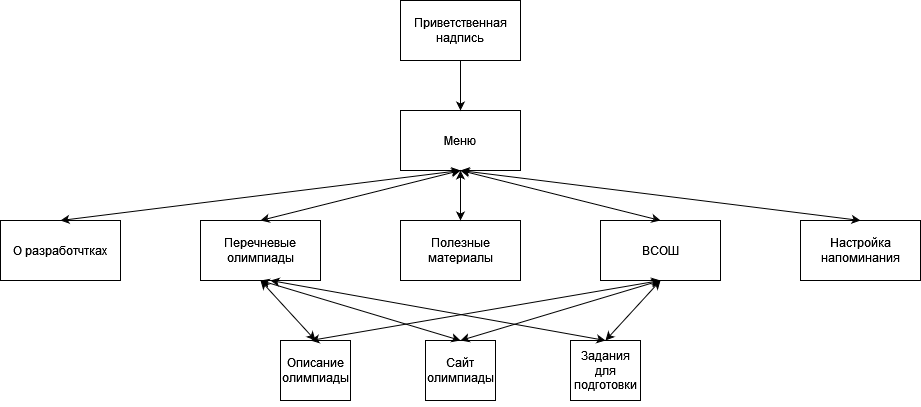
The draw.io diagram docs/up.png in arekalov/olympobot, before a commit. Source tidied: cells renumbered, new cells last; positions are measured from the earlier drawing's top-left corner, leaving out a move shared by most shapes.
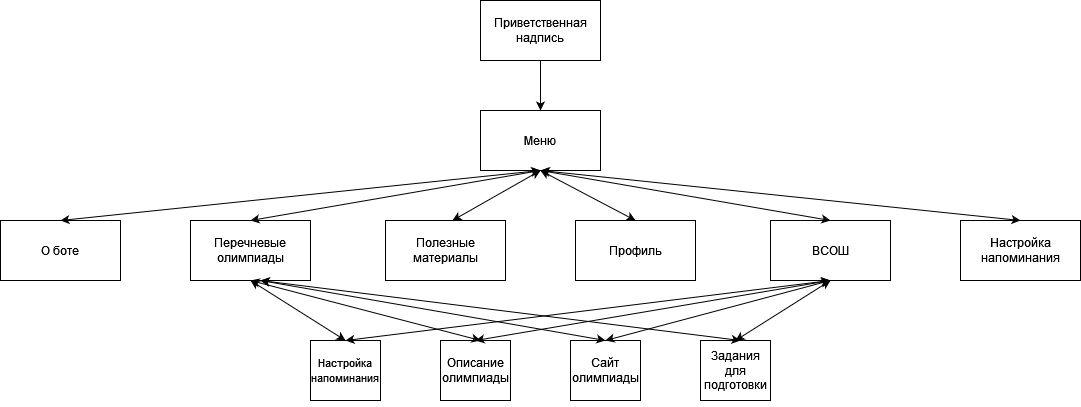
The same file after the commit.

The edit, as a diff of the source:
```diff
@@ -3,19 +3,19 @@
     <mxCell id="0" />
     <mxCell id="1" parent="0" />
     <mxCell id="2" value="Полезные материалы" style="rounded=0;whiteSpace=wrap;html=1;" parent="1" vertex="1">
-      <mxGeometry x="400" y="220" width="120" height="60" as="geometry" />
+      <mxGeometry x="305" y="220" width="120" height="60" as="geometry" />
     </mxCell>
     <mxCell id="3" value="Меню" style="rounded=0;whiteSpace=wrap;html=1;" parent="1" vertex="1">
       <mxGeometry x="400" y="110" width="120" height="60" as="geometry" />
     </mxCell>
     <mxCell id="4" value="ВСОШ" style="rounded=0;whiteSpace=wrap;html=1;" parent="1" vertex="1">
-      <mxGeometry x="600" y="220" width="120" height="60" as="geometry" />
+      <mxGeometry x="690" y="220" width="120" height="60" as="geometry" />
     </mxCell>
     <mxCell id="5" value="Настройка напоминания" style="rounded=0;whiteSpace=wrap;html=1;" parent="1" vertex="1">
-      <mxGeometry x="800" y="220" width="120" height="60" as="geometry" />
+      <mxGeometry x="880" y="220" width="120" height="60" as="geometry" />
     </mxCell>
     <mxCell id="6" value="Перечневые олимпиады" style="rounded=0;whiteSpace=wrap;html=1;" parent="1" vertex="1">
-      <mxGeometry x="200" y="220" width="120" height="60" as="geometry" />
+      <mxGeometry x="110" y="220" width="120" height="60" as="geometry" />
     </mxCell>
     <mxCell id="7" style="edgeStyle=orthogonalEdgeStyle;rounded=0;jettySize=auto;html=1;exitX=0.5;exitY=1;exitDx=0;exitDy=0;" parent="1" edge="1" source="8" target="3">
       <mxGeometry relative="1" as="geometry" />
@@ -24,16 +24,16 @@
       <mxGeometry x="400" width="120" height="60" as="geometry" />
     </mxCell>
     <mxCell id="9" value="Сайт олимпиады" style="rounded=0;whiteSpace=wrap;html=1;" parent="1" vertex="1">
-      <mxGeometry x="425" y="340" width="70" height="60" as="geometry" />
+      <mxGeometry x="490" y="340" width="70" height="60" as="geometry" />
     </mxCell>
     <mxCell id="10" value="&lt;br&gt;&lt;div&gt;Задания для подготовки&lt;/div&gt;&lt;div&gt;&lt;br&gt;&lt;/div&gt;" style="rounded=0;whiteSpace=wrap;html=1;" parent="1" vertex="1">
-      <mxGeometry x="570" y="340" width="70" height="60" as="geometry" />
+      <mxGeometry x="620" y="340" width="70" height="60" as="geometry" />
     </mxCell>
     <mxCell id="11" value="Описание олимпиады" style="rounded=0;whiteSpace=wrap;html=1;" parent="1" vertex="1">
-      <mxGeometry x="280" y="340" width="70" height="60" as="geometry" />
+      <mxGeometry x="360" y="340" width="70" height="60" as="geometry" />
     </mxCell>
-    <mxCell id="12" value="О разработчтках" style="rounded=0;whiteSpace=wrap;html=1;" parent="1" vertex="1">
-      <mxGeometry y="220" width="120" height="60" as="geometry" />
+    <mxCell id="12" value="О боте" style="rounded=0;whiteSpace=wrap;html=1;" parent="1" vertex="1">
+      <mxGeometry x="-80" y="220" width="120" height="60" as="geometry" />
     </mxCell>
     <mxCell id="13" style="endArrow=classic;startArrow=classic;html=1;rounded=0;exitX=0.5;exitY=0;exitDx=0;exitDy=0;entryX=0.5;entryY=1;entryDx=0;entryDy=0;" parent="1" edge="1" source="12" target="3">
       <mxGeometry relative="1" as="geometry" />
@@ -41,15 +41,6 @@
     <mxCell id="14" style="endArrow=classic;startArrow=classic;html=1;rounded=0;exitX=0.5;exitY=0;exitDx=0;exitDy=0;entryX=0.5;entryY=1;entryDx=0;entryDy=0;" parent="1" edge="1" source="6" target="3">
       <mxGeometry relative="1" as="geometry" />
     </mxCell>
-    <mxCell id="15" style="endArrow=classic;startArrow=classic;html=1;rounded=0;" parent="1" edge="1">
-      <mxGeometry relative="1" as="geometry">
-        <mxPoint x="460" y="220" as="sourcePoint" />
-        <mxPoint x="460" y="170" as="targetPoint" />
-        <Array as="points">
-          <mxPoint x="460" y="200" />
-        </Array>
-      </mxGeometry>
-    </mxCell>
     <mxCell id="16" style="endArrow=classic;startArrow=classic;html=1;rounded=0;entryX=0.5;entryY=1;entryDx=0;entryDy=0;exitX=0.5;exitY=0;exitDx=0;exitDy=0;" parent="1" edge="1" source="4" target="3">
       <mxGeometry relative="1" as="geometry" />
     </mxCell>
@@ -58,31 +49,55 @@
         <mxPoint x="460" y="170" as="sourcePoint" />
       </mxGeometry>
     </mxCell>
-    <mxCell id="18" style="endArrow=classic;startArrow=classic;html=1;rounded=0;entryX=0.5;entryY=1;entryDx=0;entryDy=0;exitX=0.5;exitY=0;exitDx=0;exitDy=0;" parent="1" edge="1" source="11" target="6">
-      <mxGeometry relative="1" as="geometry" />
-    </mxCell>
-    <mxCell id="19" style="endArrow=classic;startArrow=classic;html=1;rounded=0;exitX=0.5;exitY=0;exitDx=0;exitDy=0;" parent="1" edge="1" source="9">
-      <mxGeometry relative="1" as="geometry">
-        <mxPoint x="260" y="280" as="targetPoint" />
-      </mxGeometry>
-    </mxCell>
-    <mxCell id="20" style="endArrow=classic;startArrow=classic;html=1;rounded=0;exitX=0.5;exitY=0;exitDx=0;exitDy=0;" parent="1" edge="1" source="10">
-      <mxGeometry relative="1" as="geometry">
-        <mxPoint x="270" y="280" as="targetPoint" />
-      </mxGeometry>
-    </mxCell>
     <mxCell id="21" style="endArrow=classic;startArrow=classic;html=1;rounded=0;entryX=0.5;entryY=1;entryDx=0;entryDy=0;exitX=0.5;exitY=0;exitDx=0;exitDy=0;" parent="1" edge="1" source="10" target="4">
       <mxGeometry relative="1" as="geometry" />
     </mxCell>
-    <mxCell id="22" style="endArrow=classic;startArrow=classic;html=1;rounded=0;entryX=0.5;entryY=1;entryDx=0;entryDy=0;" parent="1" edge="1" target="4">
-      <mxGeometry relative="1" as="geometry">
-        <mxPoint x="460" y="340" as="sourcePoint" />
-      </mxGeometry>
+    <mxCell id="22" style="endArrow=classic;startArrow=classic;html=1;rounded=0;entryX=0.5;entryY=1;entryDx=0;entryDy=0;exitX=0.5;exitY=0;exitDx=0;exitDy=0;" parent="1" edge="1" source="9" target="4">
+      <mxGeometry relative="1" as="geometry" />
     </mxCell>
-    <mxCell id="23" style="endArrow=classic;startArrow=classic;html=1;rounded=0;entryX=0.5;entryY=1;entryDx=0;entryDy=0;" parent="1" edge="1" target="4">
-      <mxGeometry relative="1" as="geometry">
-        <mxPoint x="310" y="340" as="sourcePoint" />
-      </mxGeometry>
+    <mxCell id="23" style="endArrow=classic;startArrow=classic;html=1;rounded=0;entryX=0.5;entryY=1;entryDx=0;entryDy=0;exitX=0.5;exitY=0;exitDx=0;exitDy=0;" parent="1" edge="1" source="11" target="4">
+      <mxGeometry relative="1" as="geometry" />
     </mxCell>
+    <mxCell id="24" value="Профиль" style="rounded=0;whiteSpace=wrap;html=1;" parent="1" vertex="1">
+      <mxGeometry x="495" y="220" width="120" height="60" as="geometry" />
+    </mxCell>
+    <mxCell id="25" value="&lt;font style=&quot;font-size: 11px&quot;&gt;Настройка напоминания&lt;/font&gt;" style="rounded=0;whiteSpace=wrap;html=1;" parent="1" vertex="1">
+      <mxGeometry x="230" y="340" width="70" height="60" as="geometry" />
+    </mxCell>
+    <mxCell id="26" style="endArrow=classic;startArrow=classic;html=1;rounded=0;exitX=0.5;exitY=0;exitDx=0;exitDy=0;" parent="1" edge="1" source="25">
+      <mxGeometry relative="1" as="geometry">
+        <mxPoint x="750" y="280" as="targetPoint" />
+      </mxGeometry>
+    </mxCell>
+    <mxCell id="27" style="endArrow=classic;startArrow=classic;html=1;rounded=0;fontSize=11;" parent="1" edge="1">
+      <mxGeometry relative="1" as="geometry">
+        <mxPoint x="400" y="340" as="sourcePoint" />
+        <mxPoint x="170" y="280" as="targetPoint" />
+      </mxGeometry>
+    </mxCell>
+    <mxCell id="28" style="endArrow=classic;startArrow=classic;html=1;rounded=0;fontSize=11;exitX=0.5;exitY=0;exitDx=0;exitDy=0;" parent="1" edge="1" source="9">
+      <mxGeometry relative="1" as="geometry">
+        <mxPoint x="180" y="280" as="targetPoint" />
+      </mxGeometry>
+    </mxCell>
+    <mxCell id="29" style="endArrow=classic;startArrow=classic;html=1;rounded=0;fontSize=11;entryX=0.5;entryY=1;entryDx=0;entryDy=0;exitX=0.5;exitY=0;exitDx=0;exitDy=0;" parent="1" edge="1" source="25" target="6">
+      <mxGeometry relative="1" as="geometry" />
+    </mxCell>
+    <mxCell id="30" style="endArrow=classic;startArrow=classic;html=1;rounded=0;fontSize=11;" parent="1" edge="1">
+      <mxGeometry relative="1" as="geometry">
+        <mxPoint x="660" y="340" as="sourcePoint" />
+        <mxPoint x="180" y="280" as="targetPoint" />
+      </mxGeometry>
+    </mxCell>
+    <mxCell id="31" style="endArrow=classic;startArrow=classic;html=1;rounded=0;exitX=0.558;exitY=0;exitDx=0;exitDy=0;exitPerimeter=0;" parent="1" edge="1" source="2">
+      <mxGeometry relative="1" as="geometry">
+        <mxPoint x="460" y="170" as="targetPoint" />
+      </mxGeometry>
+    </mxCell>
+    <mxCell id="32" style="endArrow=classic;startArrow=classic;html=1;rounded=0;exitX=0.5;exitY=0;exitDx=0;exitDy=0;" parent="1" edge="1" source="24">
+      <mxGeometry relative="1" as="geometry">
+        <mxPoint x="460" y="170" as="targetPoint" />
+      </mxGeometry>
+    </mxCell>
   </root>
 </mxGraphModel>
```
